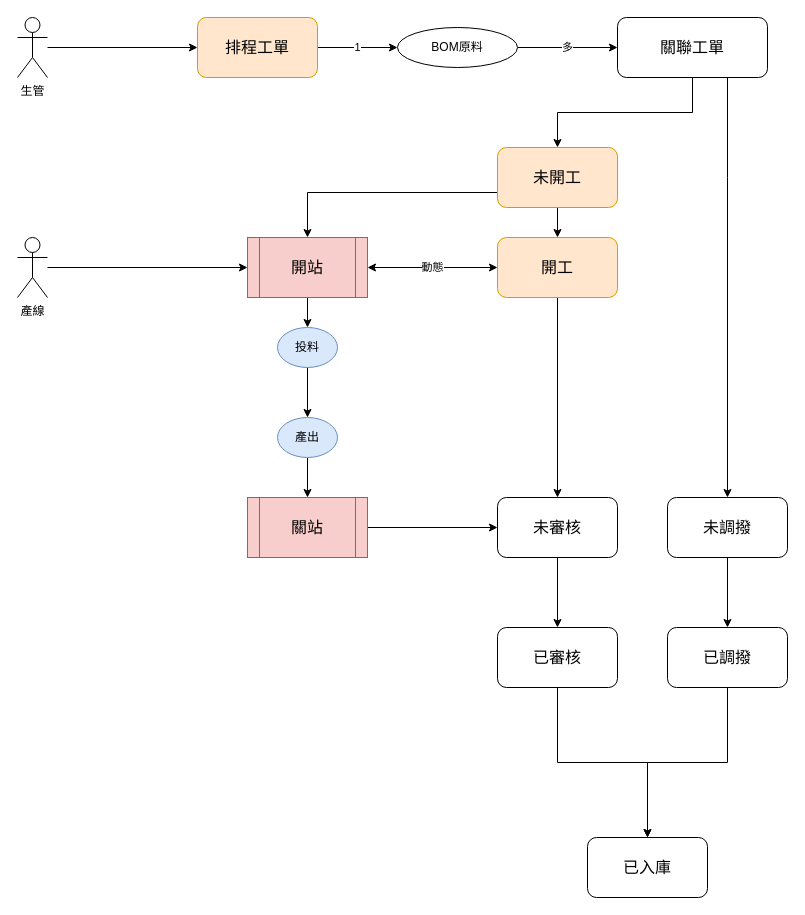
Earlier version of the draw.io diagram Schedule.drawio (peterhu0929/NodeJS-NBA-Crawler). Source tidied: cells renumbered, new cells numbered last; positions are measured from the earlier drawing's top-left corner, leaving out a move shared by most shapes. Both pictures are drawn from the tidied source at 100%, with x=0, y=0 at pixel (17, 17).
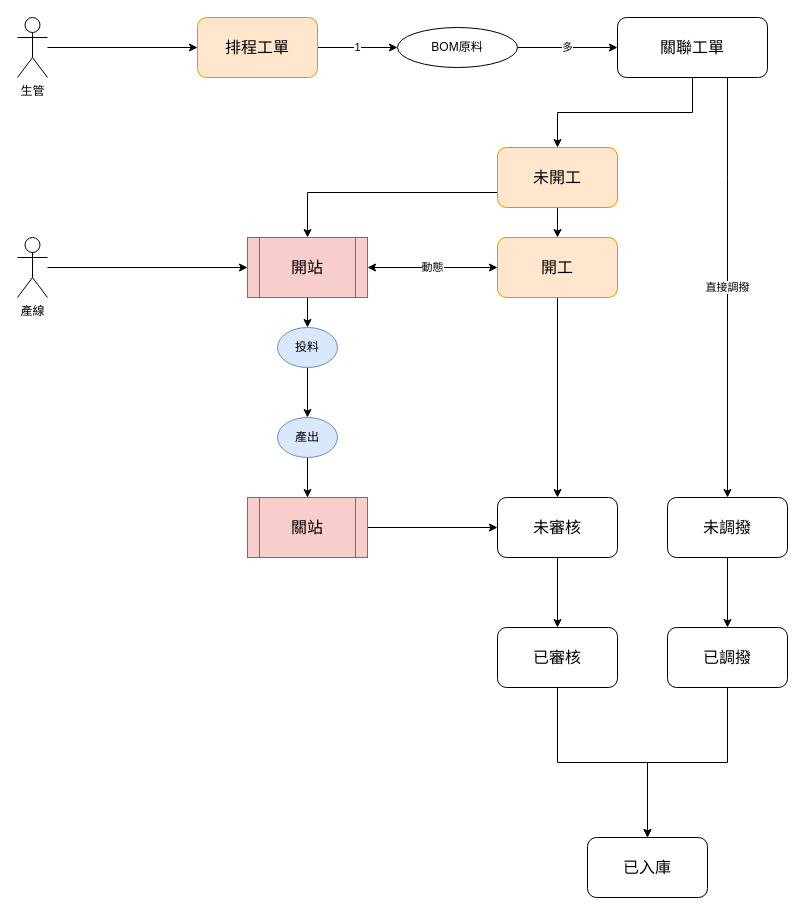
After the change.

The change refers to these unchanged cells:
```xml
<mxCell id="12" value="&lt;span style=&quot;font-size: 16px&quot;&gt;未調撥&lt;/span&gt;" style="rounded=1;whiteSpace=wrap;html=1;" parent="1" vertex="1">
  <mxGeometry x="650" y="480" width="120" height="60" as="geometry" />
</mxCell>
<mxCell id="21" value="&lt;span style=&quot;font-size: 16px&quot;&gt;關聯工單&lt;/span&gt;" style="rounded=1;whiteSpace=wrap;html=1;" parent="1" vertex="1">
  <mxGeometry x="600" width="150" height="60" as="geometry" />
</mxCell>
```

What changed in the source:
```diff
@@
-    <mxCell id="20" style="edgeStyle=orthogonalEdgeStyle;rounded=0;jettySize=auto;html=1;entryX=0.5;entryY=0;entryDx=0;entryDy=0;" parent="1" edge="1" source="21" target="12">
+    <mxCell id="20" value="直接調撥" style="edgeStyle=orthogonalEdgeStyle;rounded=0;jettySize=auto;html=1;entryX=0.5;entryY=0;entryDx=0;entryDy=0;" parent="1" edge="1" source="21" target="12">
       <mxGeometry relative="1" as="geometry">
         <Array as="points">
           <mxPoint x="710" y="160" />
           <mxPoint x="710" y="160" />
         </Array>
       </mxGeometry>
     </mxCell>
```
